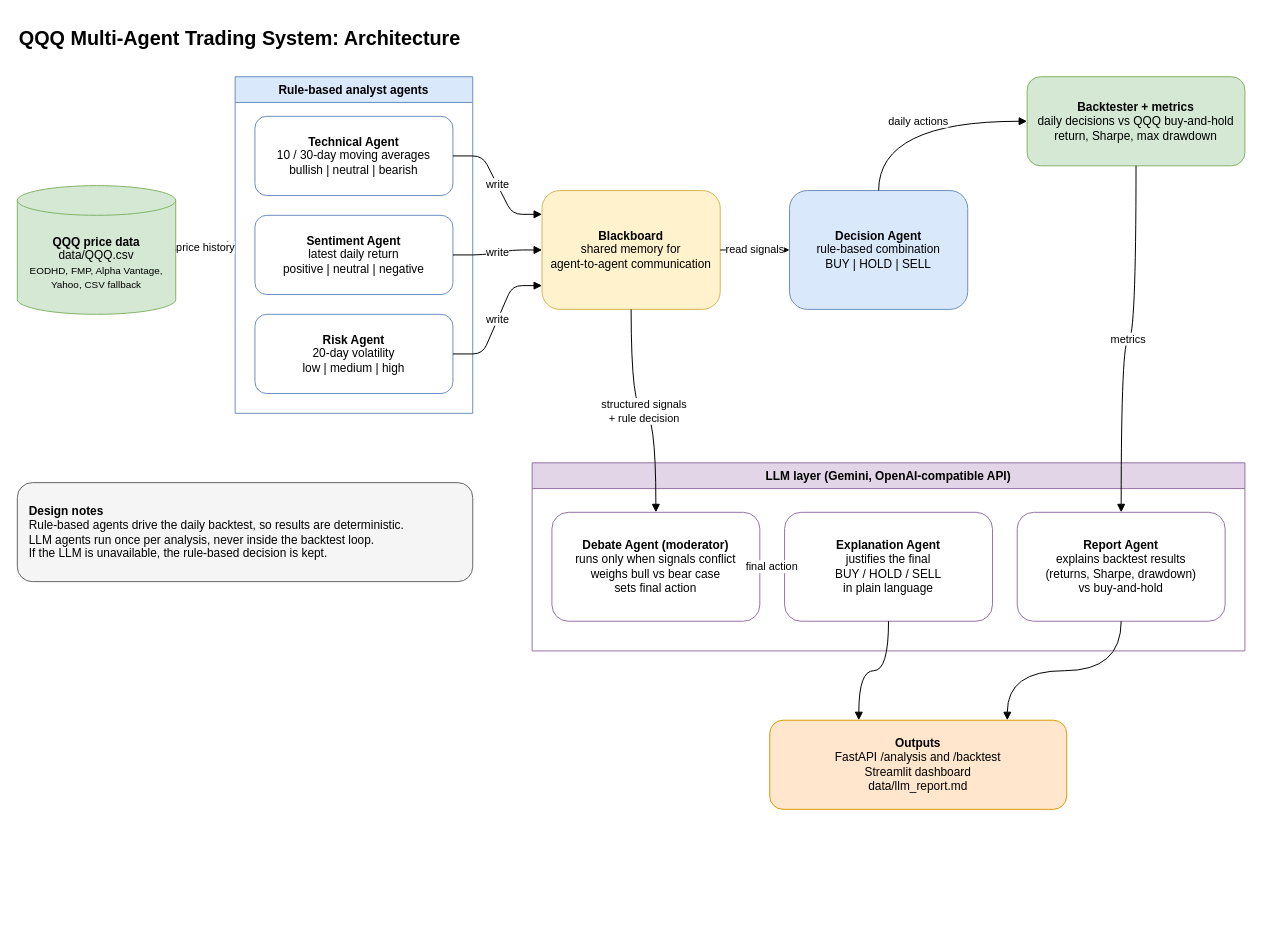
The draw.io diagram docs/architecture.drawio in mariarizk/inse691-etf-agents, before the edit. Source tidied: cells renumbered, new cells numbered last; positions are measured from the earlier drawing's top-left corner, leaving out a move shared by most shapes. Both pictures are drawn from the tidied source at 99%, with x=0, y=0 at pixel (17, 17).
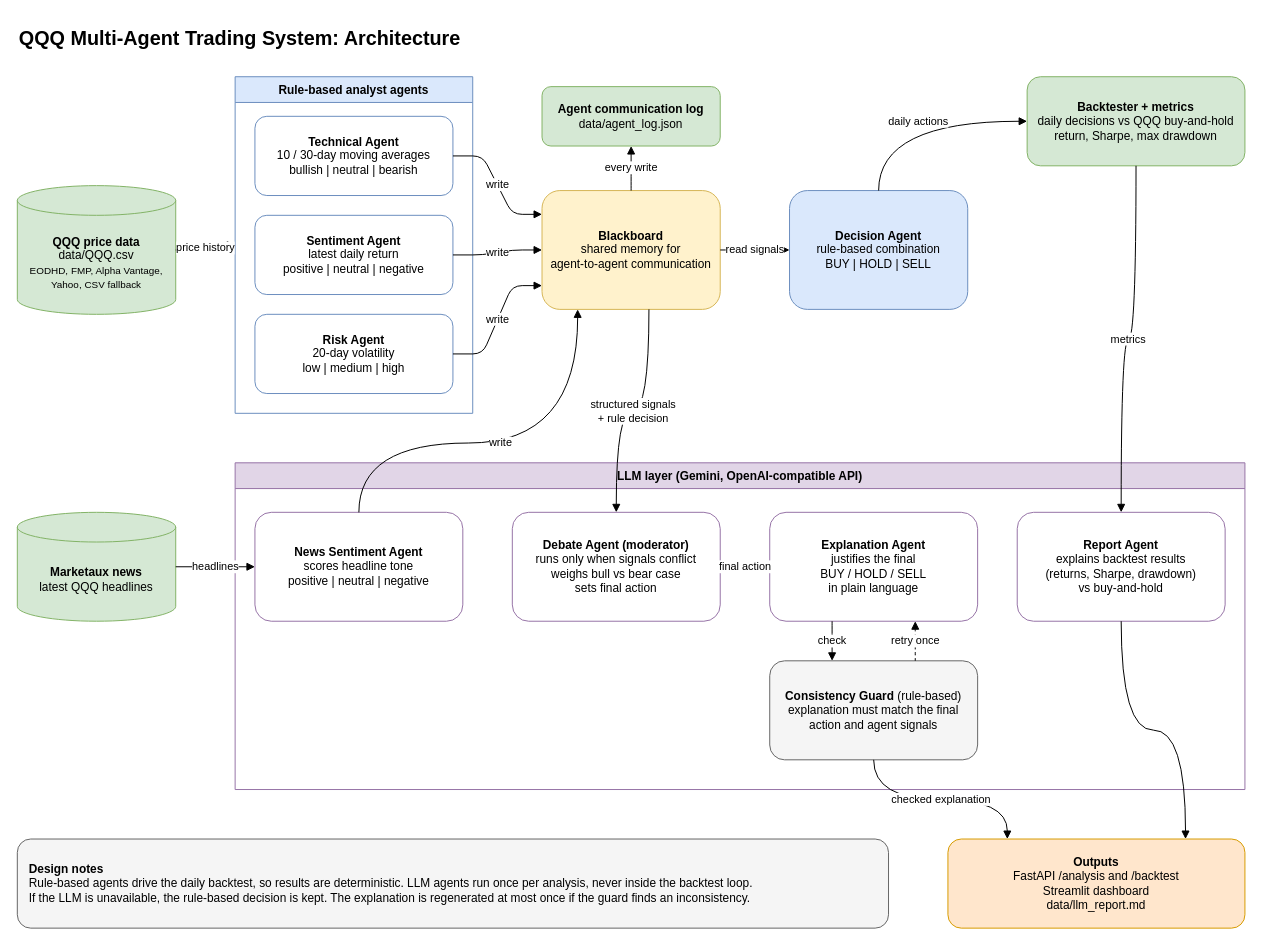
The same page after the edit.

Commit message (it also covers changes not shown here):
docs: document prompt templates and update architecture diagram

Unchanged cells that the change refers to:
```xml
<mxCell id="8" value="&lt;b&gt;Blackboard&lt;/b&gt;&lt;br&gt;shared memory for&lt;br&gt;agent-to-agent communication" style="rounded=1;whiteSpace=wrap;html=1;fillColor=#fff2cc;strokeColor=#d6b656;" parent="1" vertex="1">
  <mxGeometry x="530" y="175" width="180" height="120" as="geometry" />
</mxCell>
```

What changed in the source:
```diff
@@
+    <mxCell id="28" value="&lt;b&gt;Marketaux news&lt;/b&gt;&lt;br&gt;latest QQQ headlines" style="shape=cylinder3;whiteSpace=wrap;html=1;boundedLbl=1;backgroundOutline=1;size=15;fillColor=#d5e8d4;strokeColor=#82b366;" parent="1" vertex="1">
+      <mxGeometry y="500" width="160" height="110" as="geometry" />
+    </mxCell>
@@
+    <mxCell id="29" value="&lt;b&gt;Agent communication log&lt;/b&gt;&lt;br&gt;data/agent_log.json" style="rounded=1;whiteSpace=wrap;html=1;fillColor=#d5e8d4;strokeColor=#82b366;" parent="1" vertex="1">
+      <mxGeometry x="530" y="70" width="180" height="60" as="geometry" />
+    </mxCell>
@@
     <mxCell id="11" value="LLM layer (Gemini, OpenAI-compatible API)" style="swimlane;fontStyle=1;startSize=26;fillColor=#e1d5e7;strokeColor=#9673a6;" parent="1" vertex="1">
-      <mxGeometry x="520" y="450" width="720" height="190" as="geometry" />
+      <mxGeometry x="220" y="450" width="1020" height="330" as="geometry" />
     </mxCell>
+    <mxCell id="30" value="&lt;b&gt;News Sentiment Agent&lt;/b&gt;&lt;br&gt;scores headline tone&lt;br&gt;positive | neutral | negative" style="rounded=1;whiteSpace=wrap;html=1;fillColor=#ffffff;strokeColor=#9673a6;" parent="11" vertex="1">
+      <mxGeometry x="20" y="50" width="210" height="110" as="geometry" />
+    </mxCell>
     <mxCell id="12" value="&lt;b&gt;Debate Agent (moderator)&lt;/b&gt;&lt;br&gt;runs only when signals conflict&lt;br&gt;weighs bull vs bear case&lt;br&gt;sets final action" style="rounded=1;whiteSpace=wrap;html=1;fillColor=#ffffff;strokeColor=#9673a6;" parent="11" vertex="1">
-      <mxGeometry x="20" y="50" width="210" height="110" as="geometry" />
+      <mxGeometry x="280" y="50" width="210" height="110" as="geometry" />
     </mxCell>
     <mxCell id="13" value="&lt;b&gt;Explanation Agent&lt;/b&gt;&lt;br&gt;justifies the final&lt;br&gt;BUY / HOLD / SELL&lt;br&gt;in plain language" style="rounded=1;whiteSpace=wrap;html=1;fillColor=#ffffff;strokeColor=#9673a6;" parent="11" vertex="1">
-      <mxGeometry x="255" y="50" width="210" height="110" as="geometry" />
+      <mxGeometry x="540" y="50" width="210" height="110" as="geometry" />
     </mxCell>
     <mxCell id="14" value="&lt;b&gt;Report Agent&lt;/b&gt;&lt;br&gt;explains backtest results&lt;br&gt;(returns, Sharpe, drawdown)&lt;br&gt;vs buy-and-hold" style="rounded=1;whiteSpace=wrap;html=1;fillColor=#ffffff;strokeColor=#9673a6;" parent="11" vertex="1">
-      <mxGeometry x="490" y="50" width="210" height="110" as="geometry" />
+      <mxGeometry x="790" y="50" width="210" height="110" as="geometry" />
     </mxCell>
+    <mxCell id="31" value="&lt;b&gt;Consistency Guard&lt;/b&gt; (rule-based)&lt;br&gt;explanation must match the final&lt;br&gt;action and agent signals" style="rounded=1;whiteSpace=wrap;html=1;fillColor=#f5f5f5;strokeColor=#666666;" parent="11" vertex="1">
+      <mxGeometry x="540" y="200" width="210" height="100" as="geometry" />
+    </mxCell>
     <mxCell id="15" value="&lt;b&gt;Outputs&lt;/b&gt;&lt;br&gt;FastAPI /analysis and /backtest&lt;br&gt;Streamlit dashboard&lt;br&gt;data/llm_report.md" style="rounded=1;whiteSpace=wrap;html=1;fillColor=#ffe6cc;strokeColor=#d79b00;" parent="1" vertex="1">
-      <mxGeometry x="760" y="710" width="300" height="90" as="geometry" />
+      <mxGeometry x="940" y="830" width="300" height="90" as="geometry" />
     </mxCell>
-    <mxCell id="16" value="&lt;b&gt;Design notes&lt;/b&gt;&lt;br&gt;Rule-based agents drive the daily backtest, so results are deterministic.&lt;br&gt;LLM agents run once per analysis, never inside the backtest loop.&lt;br&gt;If the LLM is unavailable, the rule-based decision is kept." style="rounded=1;whiteSpace=wrap;html=1;align=left;spacingLeft=10;fillColor=#f5f5f5;strokeColor=#666666;" parent="1" vertex="1">
-      <mxGeometry y="470" width="460" height="100" as="geometry" />
+    <mxCell id="16" value="&lt;b&gt;Design notes&lt;/b&gt;&lt;br&gt;Rule-based agents drive the daily backtest, so results are deterministic. LLM agents run once per analysis, never inside the backtest loop.&lt;br&gt;If the LLM is unavailable, the rule-based decision is kept. The explanation is regenerated at most once if the guard finds an inconsistency." style="rounded=1;whiteSpace=wrap;html=1;align=left;spacingLeft=10;fillColor=#f5f5f5;strokeColor=#666666;" parent="1" vertex="1">
+      <mxGeometry y="830" width="880" height="90" as="geometry" />
     </mxCell>
@@
+    <mxCell id="32" value="every write" style="edgeStyle=orthogonalEdgeStyle;curved=1;html=1;endArrow=block;exitX=0.5;exitY=0;entryX=0.5;entryY=1;" parent="1" edge="1" source="8" target="29">
+      <mxGeometry relative="1" as="geometry" />
+    </mxCell>
@@
+    <mxCell id="33" value="headlines" style="edgeStyle=entityRelationEdgeStyle;rounded=1;html=1;endArrow=block;exitX=1;exitY=0.5;entryX=0;entryY=0.5;" parent="1" edge="1" source="28" target="30">
+      <mxGeometry relative="1" as="geometry" />
+    </mxCell>
+    <mxCell id="34" value="write" style="edgeStyle=orthogonalEdgeStyle;curved=1;html=1;endArrow=block;exitX=0.5;exitY=0;entryX=0.2;entryY=1;" parent="1" edge="1" source="30" target="8">
+      <mxGeometry relative="1" as="geometry">
+        <Array as="points">
+          <mxPoint x="345" y="430" />
+          <mxPoint x="566" y="430" />
+        </Array>
+      </mxGeometry>
+    </mxCell>
-    <mxCell id="23" value="structured signals&lt;br&gt;+ rule decision" style="edgeStyle=orthogonalEdgeStyle;curved=1;html=1;endArrow=block;exitX=0.5;exitY=1;entryX=0.5;entryY=0;" parent="1" edge="1" source="8" target="12">
+    <mxCell id="23" value="structured signals&lt;br&gt;+ rule decision" style="edgeStyle=orthogonalEdgeStyle;curved=1;html=1;endArrow=block;exitX=0.6;exitY=1;entryX=0.5;entryY=0;" parent="1" edge="1" source="8" target="12">
       <mxGeometry relative="1" as="geometry" />
     </mxCell>
@@
+    <mxCell id="35" value="check" style="edgeStyle=orthogonalEdgeStyle;curved=1;html=1;endArrow=block;exitX=0.3;exitY=1;entryX=0.3;entryY=0;" parent="1" edge="1" source="13" target="31">
+      <mxGeometry relative="1" as="geometry" />
+    </mxCell>
+    <mxCell id="36" value="retry once" style="edgeStyle=orthogonalEdgeStyle;curved=1;html=1;endArrow=block;dashed=1;exitX=0.7;exitY=0;entryX=0.7;entryY=1;" parent="1" edge="1" source="31" target="13">
+      <mxGeometry relative="1" as="geometry" />
+    </mxCell>
@@
-    <mxCell id="26" style="edgeStyle=orthogonalEdgeStyle;curved=1;html=1;endArrow=block;exitX=0.5;exitY=1;entryX=0.3;entryY=0;" parent="1" edge="1" source="13" target="15">
-      <mxGeometry relative="1" as="geometry" />
-    </mxCell>
+    <mxCell id="37" value="checked explanation" style="edgeStyle=orthogonalEdgeStyle;curved=1;html=1;endArrow=block;exitX=0.5;exitY=1;entryX=0.2;entryY=0;" parent="1" edge="1" source="31" target="15">
+      <mxGeometry relative="1" as="geometry" />
+    </mxCell>
```
